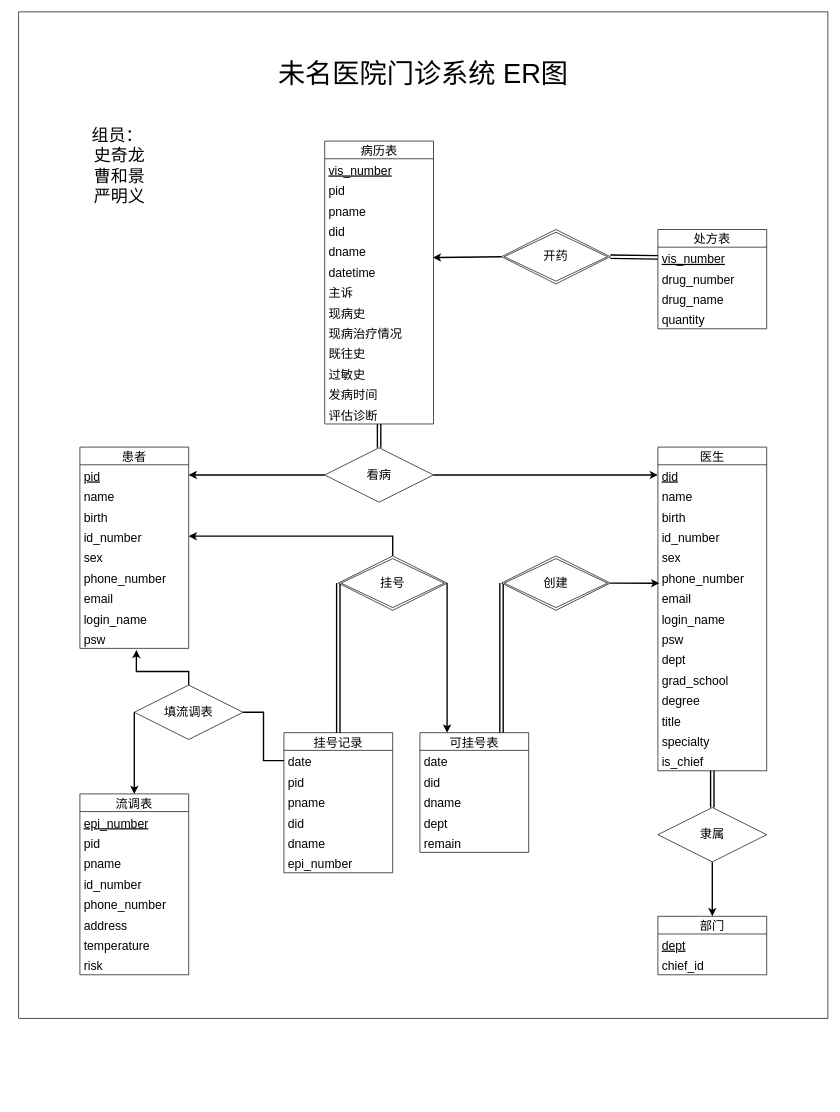
Before: 医院ER图.drawio in sql0316/hello-world, a draw.io diagram. Source tidied: cells renumbered, new cells numbered last; positions are measured from the earlier drawing's top-left corner, leaving out a move shared by most shapes. Both pictures are drawn from the tidied source at 68%, with x=0, y=0 at pixel (18, 12).
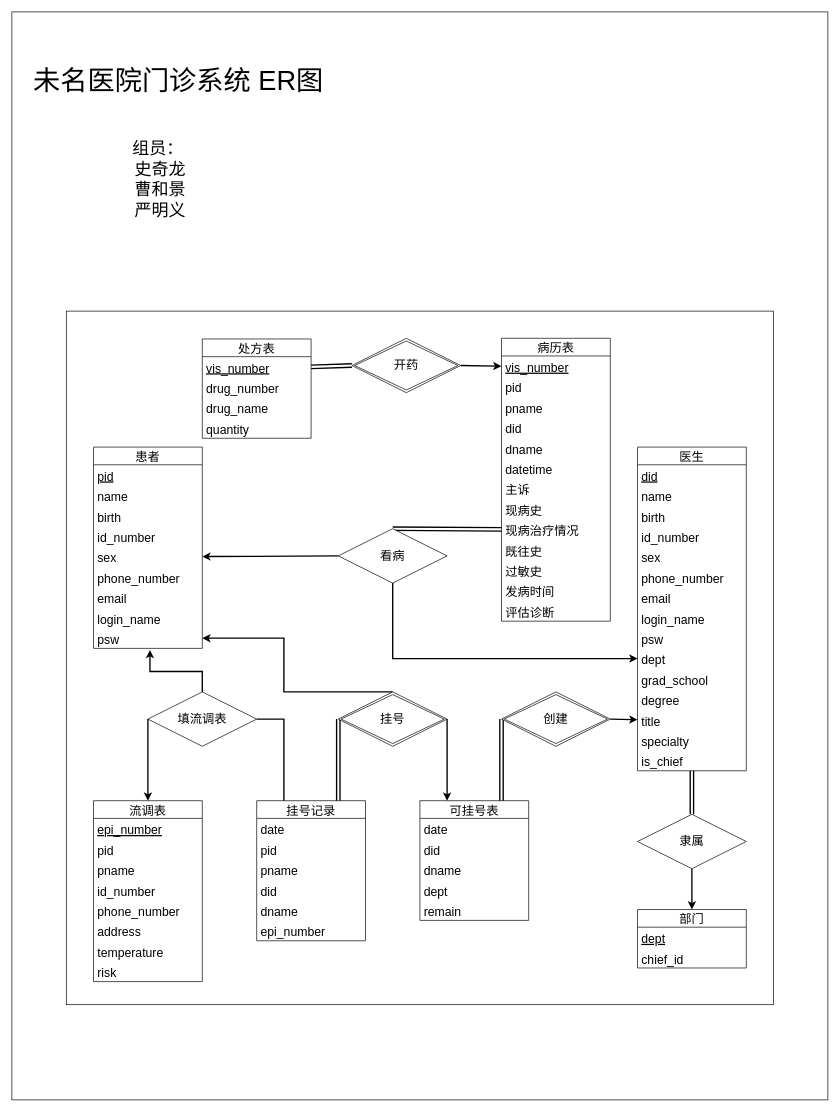
After the change.

Commit message:
更新医院ER图.drawio

The change refers to these unchanged cells:
```xml
<mxCell id="3" value="pid" style="text;strokeColor=none;fillColor=none;spacingLeft=4;spacingRight=4;overflow=hidden;points=[[0,0.5],[1,0.5]];portConstraint=eastwest;fontSize=18;fontStyle=4;" parent="2" vertex="1">
  <mxGeometry y="26" width="160" height="30" as="geometry" />
</mxCell>
<mxCell id="6" value="id_number" style="text;strokeColor=none;fillColor=none;spacingLeft=4;spacingRight=4;overflow=hidden;points=[[0,0.5],[1,0.5]];portConstraint=eastwest;fontSize=18;" parent="2" vertex="1">
  <mxGeometry y="116" width="160" height="30" as="geometry" />
</mxCell>
<mxCell id="7" value="sex" style="text;strokeColor=none;fillColor=none;spacingLeft=4;spacingRight=4;overflow=hidden;points=[[0,0.5],[1,0.5]];portConstraint=eastwest;fontSize=18;" parent="2" vertex="1">
  <mxGeometry y="146" width="160" height="30" as="geometry" />
</mxCell>
<mxCell id="11" value="psw" style="text;strokeColor=none;fillColor=none;spacingLeft=4;spacingRight=4;overflow=hidden;points=[[0,0.5],[1,0.5]];portConstraint=eastwest;fontSize=18;" parent="2" vertex="1">
  <mxGeometry y="266" width="160" height="30" as="geometry" />
</mxCell>
<mxCell id="13" value="did" style="text;strokeColor=none;fillColor=none;spacingLeft=4;spacingRight=4;overflow=hidden;points=[[0,0.5],[1,0.5]];portConstraint=eastwest;fontSize=18;fontStyle=4;" parent="12" vertex="1">
  <mxGeometry y="26" width="160" height="30" as="geometry" />
</mxCell>
<mxCell id="18" value="phone_number" style="text;strokeColor=none;fillColor=none;spacingLeft=4;spacingRight=4;overflow=hidden;points=[[0,0.5],[1,0.5]];portConstraint=eastwest;fontSize=18;" parent="12" vertex="1">
  <mxGeometry y="176" width="160" height="30" as="geometry" />
</mxCell>
<mxCell id="22" value="dept" style="text;strokeColor=none;fillColor=none;spacingLeft=4;spacingRight=4;overflow=hidden;points=[[0,0.5],[1,0.5]];portConstraint=eastwest;fontSize=18;" parent="12" vertex="1">
  <mxGeometry y="296" width="160" height="30" as="geometry" />
</mxCell>
<mxCell id="25" value="title" style="text;strokeColor=none;fillColor=none;spacingLeft=4;spacingRight=4;overflow=hidden;points=[[0,0.5],[1,0.5]];portConstraint=eastwest;fontSize=18;" parent="12" vertex="1">
  <mxGeometry y="386" width="160" height="30" as="geometry" />
</mxCell>
<mxCell id="36" value="vis_number" style="text;strokeColor=none;fillColor=none;spacingLeft=4;spacingRight=4;overflow=hidden;points=[[0,0.5],[1,0.5]];portConstraint=eastwest;fontSize=18;fontStyle=4;" parent="35" vertex="1">
  <mxGeometry y="26" width="160" height="30" as="geometry" />
</mxCell>
<mxCell id="41" value="datetime" style="text;strokeColor=none;fillColor=none;spacingLeft=4;spacingRight=4;overflow=hidden;points=[[0,0.5],[1,0.5]];portConstraint=eastwest;fontSize=18;" parent="35" vertex="1">
  <mxGeometry y="176" width="160" height="30" as="geometry" />
</mxCell>
<mxCell id="44" value="现病治疗情况" style="text;strokeColor=none;fillColor=none;spacingLeft=4;spacingRight=4;overflow=hidden;points=[[0,0.5],[1,0.5]];portConstraint=eastwest;fontSize=18;" parent="35" vertex="1">
  <mxGeometry y="266" width="160" height="30" as="geometry" />
</mxCell>
<mxCell id="48" value="评估诊断" style="text;strokeColor=none;fillColor=none;spacingLeft=4;spacingRight=4;overflow=hidden;points=[[0,0.5],[1,0.5]];portConstraint=eastwest;fontSize=18;" parent="35" vertex="1">
  <mxGeometry y="386" width="160" height="30" as="geometry" />
</mxCell>
<mxCell id="50" value="vis_number" style="text;strokeColor=none;fillColor=none;spacingLeft=4;spacingRight=4;overflow=hidden;points=[[0,0.5],[1,0.5]];portConstraint=eastwest;fontSize=18;fontStyle=4;" parent="49" vertex="1">
  <mxGeometry y="26" width="160" height="30" as="geometry" />
</mxCell>
<mxCell id="70" value="date" style="text;strokeColor=none;fillColor=none;spacingLeft=4;spacingRight=4;overflow=hidden;points=[[0,0.5],[1,0.5]];portConstraint=eastwest;fontSize=18;fontStyle=0;" parent="69" vertex="1">
  <mxGeometry y="26" width="160" height="30" as="geometry" />
</mxCell>
```

The edit, as a diff of the source:
```diff
@@
+    <mxCell id="93" style="rounded=0;whiteSpace=wrap;html=1;fontSize=18;fillColor=none;" parent="1" vertex="1">
+      <mxGeometry x="-10" width="1200" height="1600" as="geometry" />
+    </mxCell>
+    <mxCell id="96" style="rounded=0;whiteSpace=wrap;html=1;fontFamily=Helvetica;fontSize=25;fillColor=none;" parent="1" vertex="1">
+      <mxGeometry x="70" y="440" width="1040" height="1020" as="geometry" />
+    </mxCell>
     <mxCell id="2" value="患者" style="swimlane;fontStyle=0;horizontal=1;startSize=26;align=center;fontSize=18;" parent="1" vertex="1">
-      <mxGeometry x="90" y="640" width="160" height="296" as="geometry" />
+      <mxGeometry x="110" y="640" width="160" height="296" as="geometry" />
     </mxCell>
@@
     <mxCell id="12" value="医生" style="swimlane;fontStyle=0;horizontal=1;startSize=26;align=center;fontSize=18;" parent="1" vertex="1">
-      <mxGeometry x="940" y="640" width="160" height="476" as="geometry" />
+      <mxGeometry x="910" y="640" width="160" height="476" as="geometry" />
     </mxCell>
@@
     <mxCell id="28" value="部门" style="swimlane;fontStyle=0;horizontal=1;startSize=26;align=center;fontSize=18;" parent="1" vertex="1">
-      <mxGeometry x="940" y="1330" width="160" height="86" as="geometry" />
+      <mxGeometry x="910" y="1320" width="160" height="86" as="geometry" />
     </mxCell>
@@
-    <mxCell id="31" style="rounded=0;jettySize=auto;html=1;exitX=0.5;exitY=0;exitDx=0;exitDy=0;fontSize=18;endArrow=none;endFill=0;strokeWidth=2;shape=link;" parent="1" edge="1" source="34" target="48">
+    <mxCell id="31" style="rounded=0;jettySize=auto;html=1;exitX=0.5;exitY=0;exitDx=0;exitDy=0;fontSize=18;endArrow=none;endFill=0;strokeWidth=2;shape=link;entryX=0;entryY=0.5;entryDx=0;entryDy=0;" parent="1" edge="1" source="34" target="44">
       <mxGeometry relative="1" as="geometry" />
     </mxCell>
-    <mxCell id="32" style="rounded=0;jettySize=auto;html=1;exitX=1;exitY=0.5;exitDx=0;exitDy=0;entryX=0;entryY=0.5;entryDx=0;entryDy=0;fontSize=18;strokeWidth=2;" parent="1" edge="1" source="34" target="13">
-      <mxGeometry relative="1" as="geometry" />
+    <mxCell id="32" style="rounded=0;jettySize=auto;html=1;exitX=0.5;exitY=1;exitDx=0;exitDy=0;entryX=0;entryY=0.5;entryDx=0;entryDy=0;fontSize=18;strokeWidth=2;edgeStyle=elbowEdgeStyle;elbow=vertical;" parent="1" edge="1" source="34" target="22">
+      <mxGeometry relative="1" as="geometry">
+        <Array as="points">
+          <mxPoint x="730" y="951" />
+          <mxPoint x="720" y="981" />
+        </Array>
+      </mxGeometry>
     </mxCell>
-    <mxCell id="33" style="rounded=0;jettySize=auto;html=1;exitX=0;exitY=0.5;exitDx=0;exitDy=0;entryX=1;entryY=0.5;entryDx=0;entryDy=0;fontSize=18;strokeWidth=2;" parent="1" edge="1" source="34" target="3">
+    <mxCell id="33" style="rounded=0;jettySize=auto;html=1;exitX=0;exitY=0.5;exitDx=0;exitDy=0;entryX=1;entryY=0.5;entryDx=0;entryDy=0;fontSize=18;strokeWidth=2;" parent="1" edge="1" source="34" target="7">
       <mxGeometry relative="1" as="geometry" />
     </mxCell>
     <mxCell id="34" value="看病" style="shape=rhombus;perimeter=rhombusPerimeter;whiteSpace=wrap;html=1;align=center;fontSize=18;" parent="1" vertex="1">
-      <mxGeometry x="450" y="641" width="160" height="80" as="geometry" />
+      <mxGeometry x="470" y="760" width="160" height="80" as="geometry" />
     </mxCell>
     <mxCell id="35" value="病历表" style="swimlane;fontStyle=0;horizontal=1;startSize=26;align=center;fontSize=18;" parent="1" vertex="1">
-      <mxGeometry x="450" y="190" width="160" height="416" as="geometry" />
+      <mxGeometry x="710" y="480" width="160" height="416" as="geometry" />
     </mxCell>
@@
     <mxCell id="49" value="处方表" style="swimlane;fontStyle=0;horizontal=1;startSize=26;align=center;fontSize=18;" parent="1" vertex="1">
-      <mxGeometry x="940" y="320" width="160" height="146" as="geometry" />
+      <mxGeometry x="270" y="481" width="160" height="146" as="geometry" />
     </mxCell>
@@
-    <mxCell id="54" style="rounded=0;jettySize=auto;html=1;exitX=1;exitY=0.5;exitDx=0;exitDy=0;entryX=0;entryY=0.5;entryDx=0;entryDy=0;fontSize=18;endArrow=none;endFill=0;strokeWidth=2;shape=link;" parent="1" edge="1" source="56" target="50">
+    <mxCell id="54" style="rounded=0;jettySize=auto;html=1;entryX=1;entryY=0.5;entryDx=0;entryDy=0;fontSize=18;endArrow=none;endFill=0;strokeWidth=2;shape=link;exitX=0;exitY=0.5;exitDx=0;exitDy=0;" parent="1" edge="1" source="56" target="50">
       <mxGeometry relative="1" as="geometry" />
     </mxCell>
-    <mxCell id="55" style="edgeStyle=none;rounded=0;jettySize=auto;html=1;exitX=0;exitY=0.5;exitDx=0;exitDy=0;entryX=0.994;entryY=-0.158;entryDx=0;entryDy=0;fontSize=18;endArrow=classic;endFill=1;strokeWidth=2;entryPerimeter=0;" parent="1" edge="1" source="56" target="41">
+    <mxCell id="55" style="edgeStyle=none;rounded=0;jettySize=auto;html=1;exitX=1;exitY=0.5;exitDx=0;exitDy=0;entryX=0;entryY=0.5;entryDx=0;entryDy=0;fontSize=18;endArrow=classic;endFill=1;strokeWidth=2;" parent="1" edge="1" source="56" target="36">
       <mxGeometry relative="1" as="geometry" />
     </mxCell>
     <mxCell id="56" value="开药" style="shape=rhombus;double=1;perimeter=rhombusPerimeter;whiteSpace=wrap;html=1;align=center;fontSize=18;" parent="1" vertex="1">
-      <mxGeometry x="710" y="320" width="160" height="80" as="geometry" />
+      <mxGeometry x="490" y="480" width="160" height="80" as="geometry" />
     </mxCell>
@@
     <mxCell id="59" value="隶属" style="shape=rhombus;perimeter=rhombusPerimeter;whiteSpace=wrap;html=1;align=center;fontSize=18;" parent="1" vertex="1">
-      <mxGeometry x="940" y="1170" width="160" height="80" as="geometry" />
+      <mxGeometry x="910" y="1180" width="160" height="80" as="geometry" />
     </mxCell>
     <mxCell id="60" value="可挂号表" style="swimlane;fontStyle=0;horizontal=1;startSize=26;align=center;fontSize=18;" parent="1" vertex="1">
-      <mxGeometry x="590" y="1060" width="160" height="176" as="geometry" />
+      <mxGeometry x="590" y="1160" width="160" height="176" as="geometry" />
     </mxCell>
@@
-    <mxCell id="66" style="edgeStyle=none;rounded=0;jettySize=auto;html=1;exitX=1;exitY=0.5;exitDx=0;exitDy=0;entryX=0.013;entryY=0.808;entryDx=0;entryDy=0;fontSize=18;endArrow=classic;endFill=1;strokeWidth=2;entryPerimeter=0;" parent="1" edge="1" source="68" target="18">
+    <mxCell id="66" style="edgeStyle=none;rounded=0;jettySize=auto;html=1;exitX=1;exitY=0.5;exitDx=0;exitDy=0;entryX=0;entryY=0.5;entryDx=0;entryDy=0;fontSize=18;endArrow=classic;endFill=1;strokeWidth=2;" parent="1" edge="1" source="68" target="25">
       <mxGeometry relative="1" as="geometry" />
     </mxCell>
@@
     <mxCell id="68" value="创建" style="shape=rhombus;double=1;perimeter=rhombusPerimeter;whiteSpace=wrap;html=1;align=center;fontSize=18;" parent="1" vertex="1">
-      <mxGeometry x="710" y="800" width="160" height="80" as="geometry" />
+      <mxGeometry x="710" y="1000" width="160" height="80" as="geometry" />
     </mxCell>
     <mxCell id="69" value="挂号记录" style="swimlane;fontStyle=0;horizontal=1;startSize=26;align=center;fontSize=18;" parent="1" vertex="1">
-      <mxGeometry x="390" y="1060" width="160" height="206" as="geometry" />
+      <mxGeometry x="350" y="1160" width="160" height="206" as="geometry" />
     </mxCell>
@@
-    <mxCell id="76" style="rounded=0;jettySize=auto;html=1;exitX=0.5;exitY=0;exitDx=0;exitDy=0;fontSize=18;endArrow=classic;endFill=1;strokeWidth=2;edgeStyle=elbowEdgeStyle;elbow=vertical;entryX=1;entryY=0.5;entryDx=0;entryDy=0;" parent="1" edge="1" source="79" target="6">
+    <mxCell id="76" style="rounded=0;jettySize=auto;html=1;exitX=0.5;exitY=0;exitDx=0;exitDy=0;fontSize=18;endArrow=classic;endFill=1;strokeWidth=2;edgeStyle=elbowEdgeStyle;entryX=1;entryY=0.5;entryDx=0;entryDy=0;" parent="1" edge="1" source="79" target="11">
       <mxGeometry relative="1" as="geometry">
         <Array as="points">
-          <mxPoint x="360" y="771" />
-          <mxPoint x="370" y="800" />
-          <mxPoint x="410" y="770" />
+          <mxPoint x="390" y="960" />
         </Array>
       </mxGeometry>
     </mxCell>
-    <mxCell id="77" style="edgeStyle=none;rounded=0;jettySize=auto;html=1;exitX=0;exitY=0.5;exitDx=0;exitDy=0;entryX=0.5;entryY=0;entryDx=0;entryDy=0;fontSize=18;endArrow=none;endFill=0;strokeWidth=2;shape=link;" parent="1" edge="1" source="79" target="69">
+    <mxCell id="77" style="edgeStyle=none;rounded=0;jettySize=auto;html=1;exitX=0;exitY=0.5;exitDx=0;exitDy=0;entryX=0.75;entryY=0;entryDx=0;entryDy=0;fontSize=18;endArrow=none;endFill=0;strokeWidth=2;shape=link;" parent="1" edge="1" source="79" target="69">
       <mxGeometry relative="1" as="geometry" />
     </mxCell>
@@
     <mxCell id="79" value="挂号" style="shape=rhombus;double=1;perimeter=rhombusPerimeter;whiteSpace=wrap;html=1;align=center;fontSize=18;" parent="1" vertex="1">
-      <mxGeometry x="470" y="800" width="160" height="80" as="geometry" />
+      <mxGeometry x="470" y="1000" width="160" height="80" as="geometry" />
     </mxCell>
     <mxCell id="80" value="流调表" style="swimlane;fontStyle=0;horizontal=1;startSize=26;align=center;fontSize=18;" parent="1" vertex="1">
-      <mxGeometry x="90" y="1150" width="160" height="266" as="geometry" />
+      <mxGeometry x="110" y="1160" width="160" height="266" as="geometry" />
     </mxCell>
@@
-    <mxCell id="89" style="edgeStyle=orthogonalEdgeStyle;rounded=0;jettySize=auto;html=1;exitX=1;exitY=0.5;exitDx=0;exitDy=0;entryX=0;entryY=0.5;entryDx=0;entryDy=0;fontSize=18;endArrow=none;endFill=0;strokeWidth=2;" parent="1" edge="1" source="91" target="70">
+    <mxCell id="89" style="edgeStyle=orthogonalEdgeStyle;rounded=0;jettySize=auto;html=1;exitX=1;exitY=0.5;exitDx=0;exitDy=0;fontSize=18;endArrow=none;endFill=0;strokeWidth=2;entryX=0.25;entryY=0;entryDx=0;entryDy=0;" parent="1" edge="1" source="91" target="69">
       <mxGeometry relative="1" as="geometry" />
     </mxCell>
@@
     <mxCell id="91" value="填流调表" style="shape=rhombus;perimeter=rhombusPerimeter;whiteSpace=wrap;html=1;align=center;fontSize=18;" parent="1" vertex="1">
-      <mxGeometry x="170" y="990" width="160" height="80" as="geometry" />
+      <mxGeometry x="190" y="1000" width="160" height="80" as="geometry" />
     </mxCell>
@@
-    <mxCell id="93" style="rounded=0;whiteSpace=wrap;html=1;fontSize=18;fillColor=none;" parent="1" vertex="1">
-      <mxGeometry width="1190" height="1480" as="geometry" />
-    </mxCell>
     <mxCell id="94" value="&lt;font style=&quot;font-size: 40px&quot;&gt;未名医院门诊系统 ER图&lt;/font&gt;" style="text;html=1;strokeColor=none;fillColor=none;align=center;verticalAlign=middle;whiteSpace=wrap;rounded=0;fontSize=18;opacity=0;" parent="1" vertex="1">
-      <mxGeometry x="315" y="40" width="560" height="100" as="geometry" />
+      <mxGeometry x="20" y="50" width="430" height="100" as="geometry" />
     </mxCell>
     <mxCell id="95" value="组员：&lt;br style=&quot;font-size: 25px;&quot;&gt;&lt;span style=&quot;white-space: pre; font-size: 25px;&quot;&gt; &lt;/span&gt;史奇龙&lt;br style=&quot;font-size: 25px;&quot;&gt;&lt;span style=&quot;white-space: pre; font-size: 25px;&quot;&gt; &lt;/span&gt;曹和景&lt;br style=&quot;font-size: 25px;&quot;&gt;&lt;span style=&quot;white-space: pre; font-size: 25px;&quot;&gt; &lt;/span&gt;严明义" style="text;html=1;strokeColor=none;fillColor=none;align=center;verticalAlign=middle;whiteSpace=wrap;rounded=0;fontFamily=Helvetica;fontSize=25;opacity=0;" parent="1" vertex="1">
-      <mxGeometry x="60" y="170" width="170" height="110" as="geometry" />
+      <mxGeometry x="120" y="190" width="170" height="110" as="geometry" />
     </mxCell>
+    <mxCell id="97" style="rounded=0;whiteSpace=wrap;html=1;fontFamily=Helvetica;fontSize=25;fillColor=none;opacity=0;" parent="1" vertex="1">
+      <mxGeometry x="550" y="520" width="120" height="60" as="geometry" />
+    </mxCell>
```
